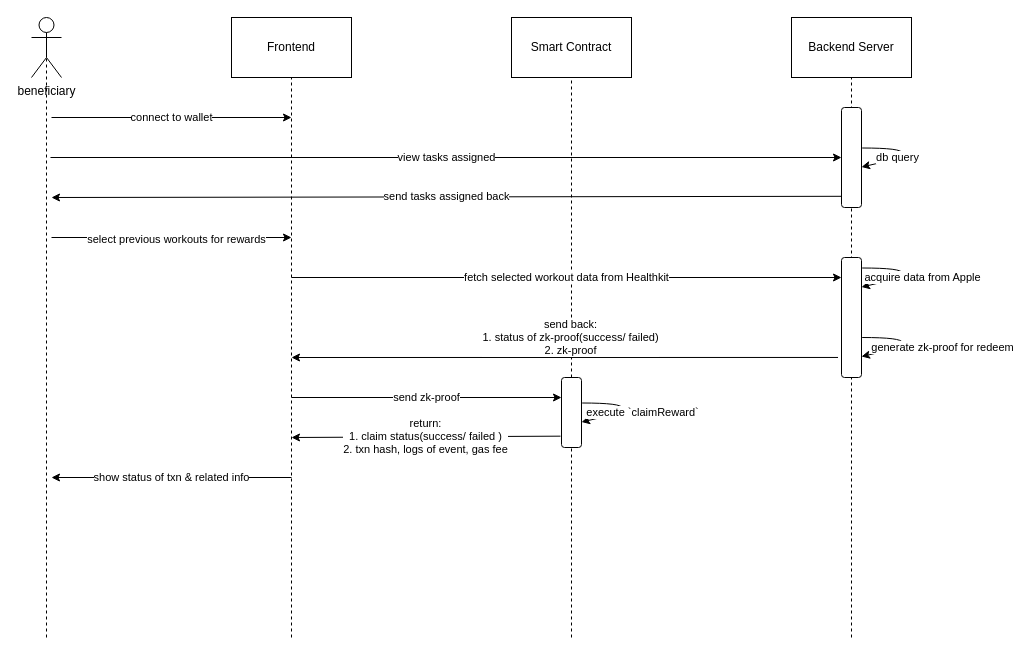
jidalii/push keeps this draw.io diagram as page "beneficiary workflow" (4 of 4) of server/flowchart.drawio. Above is the earlier version. Source tidied: cells renumbered, new cells numbered last; positions are measured from the earlier drawing's top-left corner, leaving out a move shared by most shapes. Both pictures are drawn from the tidied source at 100%, with x=0, y=0 at pixel (31, 17).
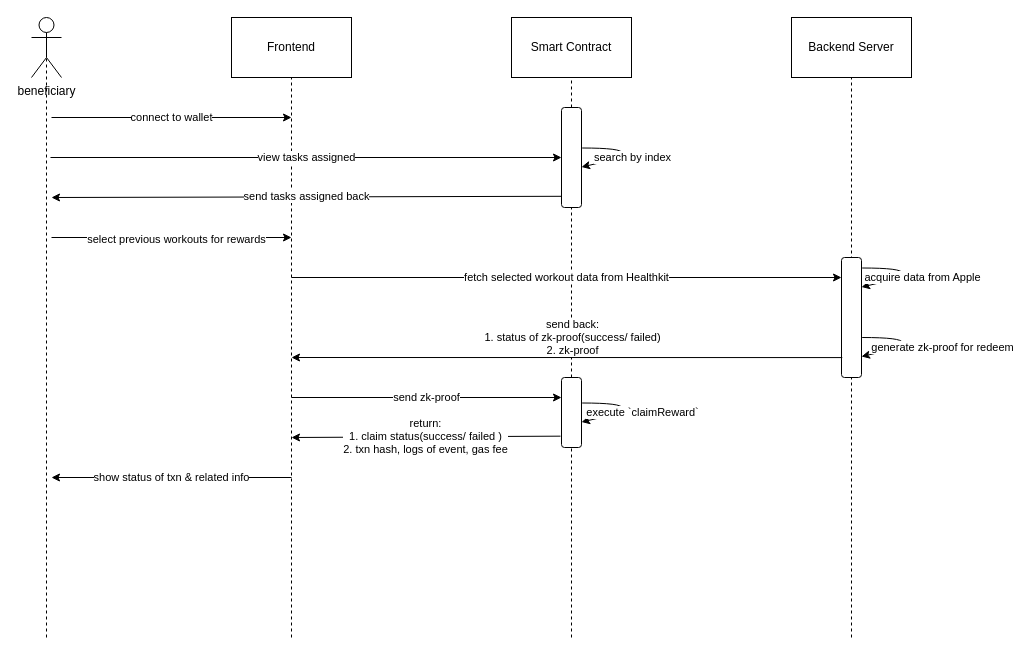
The same page after the edit.

Unchanged cells that the change refers to:
```xml
<mxCell id="5" value="Frontend" style="rounded=0;whiteSpace=wrap;html=1;" parent="1" vertex="1">
  <mxGeometry x="200" width="120" height="60" as="geometry" />
</mxCell>
<mxCell id="6" value="Smart Contract" style="rounded=0;whiteSpace=wrap;html=1;" parent="1" vertex="1">
  <mxGeometry x="480" width="120" height="60" as="geometry" />
</mxCell>
<mxCell id="18" style="rounded=1;whiteSpace=wrap;html=1;" parent="1" vertex="1">
  <mxGeometry x="810" y="240" width="20" height="120" as="geometry" />
</mxCell>
<mxCell id="27" style="rounded=1;whiteSpace=wrap;html=1;" parent="1" vertex="1">
  <mxGeometry x="530" y="360" width="20" height="70" as="geometry" />
</mxCell>
```

Change to the diagram source:
```diff
@@
+    <mxCell id="24" style="endArrow=none;dashed=1;html=1;entryX=0.5;entryY=1;entryDx=0;entryDy=0;" parent="1" edge="1" target="5">
+      <mxGeometry relative="1" as="geometry">
+        <mxPoint x="260" y="620" as="sourcePoint" />
+      </mxGeometry>
+    </mxCell>
+    <mxCell id="32" style="endArrow=none;dashed=1;html=1;entryX=0.5;entryY=1;entryDx=0;entryDy=0;startArrow=none;" parent="1" edge="1" source="27" target="11">
+      <mxGeometry relative="1" as="geometry" />
+    </mxCell>
-    <mxCell id="2" style="endArrow=none;dashed=1;html=1;entryX=0.5;entryY=1;entryDx=0;entryDy=0;startArrow=none;" parent="1" edge="1" source="27" target="6">
+    <mxCell id="2" style="endArrow=none;dashed=1;html=1;entryX=0.5;entryY=1;entryDx=0;entryDy=0;startArrow=none;" parent="1" edge="1" source="11" target="6">
       <mxGeometry relative="1" as="geometry" />
     </mxCell>
@@
     <mxCell id="8" style="curved=1;endArrow=classic;html=1;exitX=1;exitY=0.5;exitDx=0;exitDy=0;entryX=0.964;entryY=0.817;entryDx=0;entryDy=0;entryPerimeter=0;" parent="1" edge="1">
       <mxGeometry relative="1" as="geometry">
-        <mxPoint x="830.7" y="130.5" as="sourcePoint" />
-        <mxPoint x="830" y="149.5" as="targetPoint" />
+        <mxPoint x="550.7" y="130.5" as="sourcePoint" />
+        <mxPoint x="550" y="149.5" as="targetPoint" />
         <Array as="points">
-          <mxPoint x="870.7" y="130.5" />
-          <mxPoint x="870.7" y="140.5" />
+          <mxPoint x="590.7" y="130.5" />
+          <mxPoint x="590.7" y="140.5" />
         </Array>
       </mxGeometry>
     </mxCell>
-    <mxCell id="9" value="db query" style="edgeLabel;html=1;align=center;verticalAlign=middle;" parent="8" vertex="1">
-      <mxGeometry x="0.21" y="-2" relative="1" as="geometry" />
+    <mxCell id="9" value="search by index" style="edgeLabel;html=1;align=center;verticalAlign=middle;" parent="8" vertex="1">
+      <mxGeometry x="0.21" y="-2" relative="1" as="geometry">
+        <mxPoint x="15" as="offset" />
+      </mxGeometry>
     </mxCell>
@@
-    <mxCell id="11" style="rounded=1;whiteSpace=wrap;html=1;" parent="1" vertex="1">
-      <mxGeometry x="810" y="90" width="20" height="100" as="geometry" />
-    </mxCell>
-    <mxCell id="12" value="view tasks assigned" style="endArrow=classic;html=1;" parent="1" edge="1">
+    <mxCell id="12" value="view tasks assigned" style="endArrow=classic;html=1;entryX=0;entryY=0.5;entryDx=0;entryDy=0;" parent="1" edge="1" target="11">
       <mxGeometry relative="1" as="geometry">
         <mxPoint x="19" y="140" as="sourcePoint" />
-        <mxPoint x="810" y="140" as="targetPoint" />
       </mxGeometry>
     </mxCell>
@@
-    <mxCell id="23" value="send back:&lt;br&gt;1. status of zk-proof(success/ failed)&lt;br&gt;2. zk-proof" style="endArrow=classic;html=1;exitX=-0.174;exitY=0.833;exitDx=0;exitDy=0;exitPerimeter=0;" parent="1" edge="1" source="18">
+    <mxCell id="23" value="send back:&lt;br&gt;1. status of zk-proof(success/ failed)&lt;br&gt;2. zk-proof" style="endArrow=classic;html=1;exitX=0.039;exitY=0.834;exitDx=0;exitDy=0;exitPerimeter=0;" parent="1" edge="1" source="18">
       <mxGeometry x="-0.02" y="-20" relative="1" as="geometry">
         <mxPoint x="260" y="340" as="targetPoint" />
       </mxGeometry>
     </mxCell>
-    <mxCell id="24" style="endArrow=none;dashed=1;html=1;entryX=0.5;entryY=1;entryDx=0;entryDy=0;" parent="1" edge="1" target="5">
-      <mxGeometry relative="1" as="geometry">
-        <mxPoint x="260" y="620" as="sourcePoint" />
-      </mxGeometry>
-    </mxCell>
@@
+    <mxCell id="11" style="rounded=1;whiteSpace=wrap;html=1;" parent="1" vertex="1">
+      <mxGeometry x="530" y="90" width="20" height="100" as="geometry" />
+    </mxCell>
```
